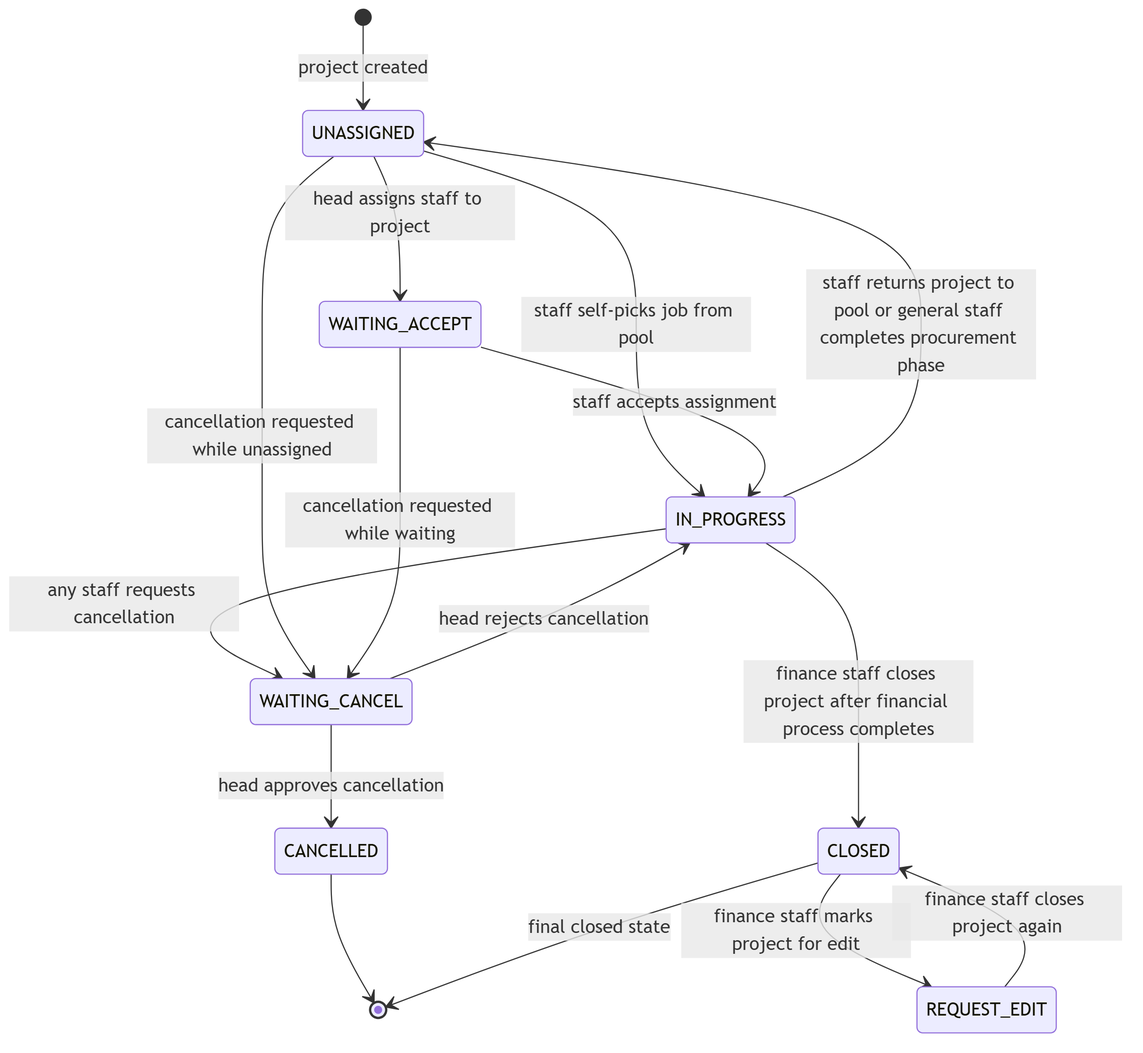
Earlier version of the Mermaid export report-diagrams/06-project-status-state-machine.png (capmoo-capstone/report). Its source is kept beside it as report-diagrams/06-project-status-state-machine.mmd.
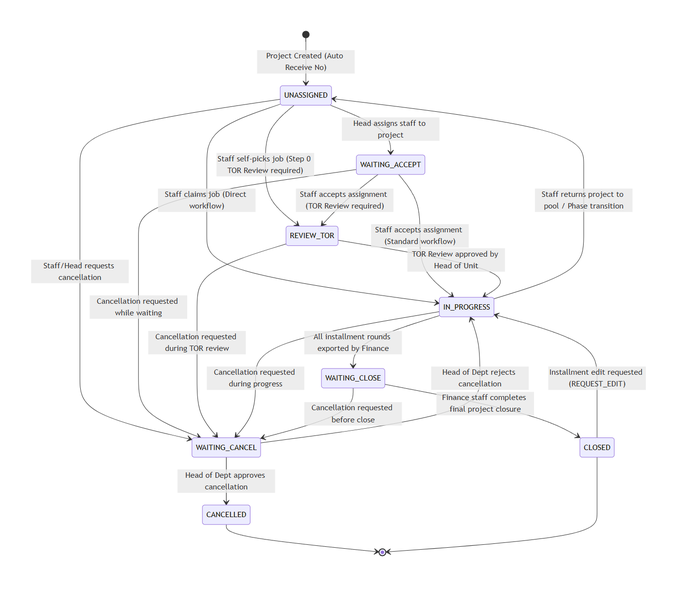
The same file after the commit.

Diff of the diagram source:
```diff
@@ -1,25 +1,29 @@
 stateDiagram-v2
-    [*] --> UNASSIGNED: project created
+    [*] --> UNASSIGNED: Project Created (Auto Receive No)
 
-    UNASSIGNED --> WAITING_ACCEPT: head assigns staff to project
-    UNASSIGNED --> IN_PROGRESS: staff self-picks job from pool
+    UNASSIGNED --> WAITING_ACCEPT: Head assigns staff to project
+    UNASSIGNED --> REVIEW_TOR: Staff self-picks job (Step 0 TOR Review required)
+    UNASSIGNED --> IN_PROGRESS: Staff claims job (Direct workflow)
 
-    WAITING_ACCEPT --> IN_PROGRESS: staff accepts assignment
+    WAITING_ACCEPT --> REVIEW_TOR: Staff accepts assignment (TOR Review required)
+    WAITING_ACCEPT --> IN_PROGRESS: Staff accepts assignment (Standard workflow)
 
+    REVIEW_TOR --> IN_PROGRESS: TOR Review approved by Head of Unit
 
-    IN_PROGRESS --> UNASSIGNED: staff returns project to pool or general staff completes procurement phase
+    IN_PROGRESS --> UNASSIGNED: Staff returns project to pool / Phase transition
+    IN_PROGRESS --> WAITING_CLOSE: All installment rounds exported by Finance
 
-    IN_PROGRESS --> WAITING_CANCEL: any staff requests cancellation
-    WAITING_CANCEL --> CANCELLED: head approves cancellation
-    WAITING_CANCEL --> IN_PROGRESS: head rejects cancellation
+    WAITING_CLOSE --> CLOSED: Finance staff completes final project closure
+    CLOSED --> IN_PROGRESS: Installment edit requested (REQUEST_EDIT)
 
-    UNASSIGNED --> WAITING_CANCEL: cancellation requested while unassigned
-    WAITING_ACCEPT --> WAITING_CANCEL: cancellation requested while waiting
+    UNASSIGNED --> WAITING_CANCEL: Staff/Head requests cancellation
+    WAITING_ACCEPT --> WAITING_CANCEL: Cancellation requested while waiting
+    REVIEW_TOR --> WAITING_CANCEL: Cancellation requested during TOR review
+    IN_PROGRESS --> WAITING_CANCEL: Cancellation requested during progress
+    WAITING_CLOSE --> WAITING_CANCEL: Cancellation requested before close
 
-    IN_PROGRESS --> CLOSED: finance staff closes project after financial process completes
-
-    CLOSED --> REQUEST_EDIT: finance staff marks project for edit
-    REQUEST_EDIT --> CLOSED: finance staff closes project again
+    WAITING_CANCEL --> CANCELLED: Head of Dept approves cancellation
+    WAITING_CANCEL --> IN_PROGRESS: Head of Dept rejects cancellation
 
     CANCELLED --> [*]
-    CLOSED --> [*]: final closed state
+    CLOSED --> [*]
```
